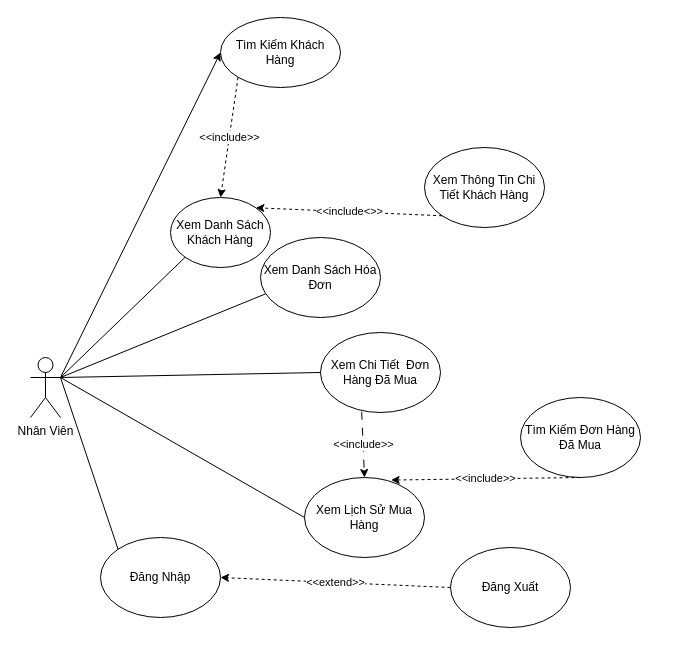
This is UseCase.drawio from maivantai2003/Database, a draw.io file, before an edit. Source tidied: cells renumbered, new cells numbered last; positions are measured from the earlier drawing's top-left corner, leaving out a move shared by most shapes. Both pictures are drawn from the tidied source at 100%, with x=0, y=0 at pixel (30, 17).
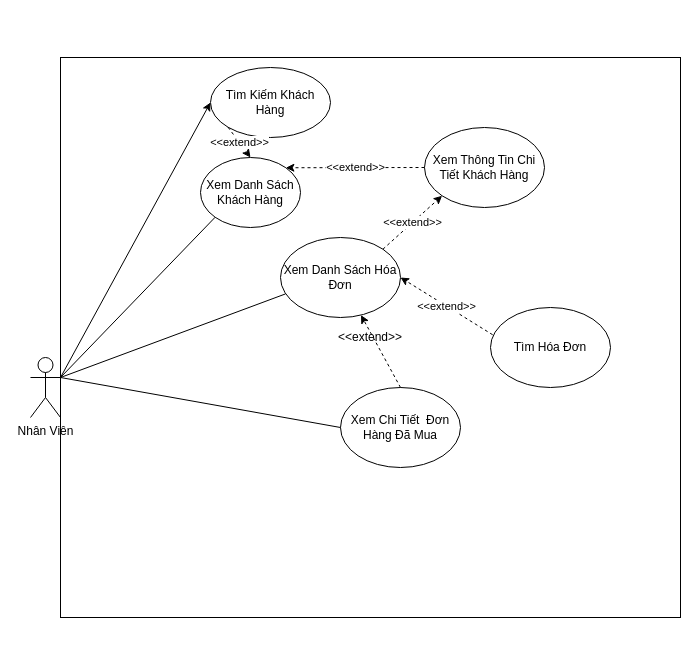
Above is the later version.

Commit message:
Cập nhật UseCase.drawio

The change refers to these unchanged cells:
```xml
<mxCell id="2" value="Nhân Viên" style="shape=umlActor;verticalLabelPosition=bottom;verticalAlign=top;html=1;outlineConnect=0;" parent="1" vertex="1">
  <mxGeometry y="340" width="30" height="60" as="geometry" />
</mxCell>
```

Change to the diagram source:
```diff
@@
+    <mxCell id="23" value="&amp;lt;&amp;lt;extend&amp;gt;&amp;gt;" style="rounded=0;whiteSpace=wrap;html=1;" parent="1" vertex="1">
+      <mxGeometry x="30" y="40" width="620" height="560" as="geometry" />
+    </mxCell>
@@
     <mxCell id="3" value="Xem Danh Sách Khách Hàng" style="ellipse;whiteSpace=wrap;html=1;" parent="1" vertex="1">
-      <mxGeometry x="140" y="180" width="100" height="70" as="geometry" />
+      <mxGeometry x="170" y="140" width="100" height="70" as="geometry" />
     </mxCell>
     <mxCell id="4" value="Tìm Kiếm Khách Hàng" style="ellipse;whiteSpace=wrap;html=1;" parent="1" vertex="1">
-      <mxGeometry x="190" width="120" height="70" as="geometry" />
+      <mxGeometry x="180" y="50" width="120" height="70" as="geometry" />
     </mxCell>
-    <mxCell id="5" value="Đăng Nhập" style="ellipse;whiteSpace=wrap;html=1;" parent="1" vertex="1">
-      <mxGeometry x="70" y="520" width="120" height="80" as="geometry" />
-    </mxCell>
-    <mxCell id="6" style="endArrow=none;html=1;rounded=0;exitX=1;exitY=0.3333333333333333;exitDx=0;exitDy=0;exitPerimeter=0;entryX=0;entryY=0;entryDx=0;entryDy=0;endFill=0;" parent="1" edge="1" source="2" target="5">
-      <mxGeometry relative="1" as="geometry" />
-    </mxCell>
-    <mxCell id="7" value="Đăng Xuất" style="ellipse;whiteSpace=wrap;html=1;" parent="1" vertex="1">
-      <mxGeometry x="420" y="530" width="120" height="80" as="geometry" />
-    </mxCell>
-    <mxCell id="8" value="&amp;lt;&amp;lt;extend&amp;gt;&amp;gt;" style="endArrow=classic;html=1;rounded=0;exitX=0;exitY=0.5;exitDx=0;exitDy=0;entryX=1;entryY=0.5;entryDx=0;entryDy=0;dashed=1;" parent="1" edge="1" source="7" target="5">
-      <mxGeometry relative="1" as="geometry" />
-    </mxCell>
@@
     <mxCell id="10" value="Xem Thông Tin Chi Tiết Khách Hàng" style="ellipse;whiteSpace=wrap;html=1;" parent="1" vertex="1">
-      <mxGeometry x="394" y="130" width="120" height="80" as="geometry" />
+      <mxGeometry x="394" y="110" width="120" height="80" as="geometry" />
     </mxCell>
-    <mxCell id="11" value="Xem Lịch Sử Mua Hàng" style="ellipse;whiteSpace=wrap;html=1;" parent="1" vertex="1">
-      <mxGeometry x="274" y="460" width="120" height="80" as="geometry" />
-    </mxCell>
     <mxCell id="12" value="Xem Chi Tiết&amp;nbsp; Đơn Hàng Đã Mua" style="ellipse;whiteSpace=wrap;html=1;" parent="1" vertex="1">
-      <mxGeometry x="290" y="315" width="120" height="80" as="geometry" />
+      <mxGeometry x="310" y="370" width="120" height="80" as="geometry" />
     </mxCell>
     <mxCell id="13" value="Xem Danh Sách Hóa Đơn" style="ellipse;whiteSpace=wrap;html=1;" parent="1" vertex="1">
-      <mxGeometry x="230" y="220" width="120" height="80" as="geometry" />
+      <mxGeometry x="250" y="220" width="120" height="80" as="geometry" />
     </mxCell>
-    <mxCell id="14" value="&amp;lt;&amp;lt;include&amp;lt;&amp;gt;&amp;gt;" style="endArrow=classic;html=1;rounded=0;exitX=0;exitY=1;exitDx=0;exitDy=0;entryX=1;entryY=0;entryDx=0;entryDy=0;dashed=1;" parent="1" edge="1" source="10" target="3">
+    <mxCell id="14" value="&amp;lt;&amp;lt;extend&amp;gt;&amp;gt;" style="endArrow=classic;html=1;rounded=0;exitX=0;exitY=0.5;exitDx=0;exitDy=0;entryX=1;entryY=0;entryDx=0;entryDy=0;dashed=1;" parent="1" edge="1" source="10" target="3">
       <mxGeometry relative="1" as="geometry" />
     </mxCell>
-    <mxCell id="15" value="&amp;lt;&amp;lt;include&amp;gt;&amp;gt;" style="endArrow=classic;html=1;rounded=0;exitX=0.343;exitY=0.99;exitDx=0;exitDy=0;exitPerimeter=0;entryX=0.5;entryY=0;entryDx=0;entryDy=0;dashed=1;dashPattern=8 8;" parent="1" edge="1" source="12" target="11">
-      <mxGeometry relative="1" as="geometry" />
-    </mxCell>
-    <mxCell id="16" value="&amp;lt;&amp;lt;include&amp;gt;&amp;gt;" style="endArrow=classic;html=1;rounded=0;exitX=0;exitY=1;exitDx=0;exitDy=0;entryX=0.5;entryY=0;entryDx=0;entryDy=0;dashed=1;" parent="1" edge="1" source="4" target="3">
+    <mxCell id="16" value="&amp;lt;&amp;lt;extend&amp;gt;&amp;gt;" style="endArrow=classic;html=1;rounded=0;exitX=0;exitY=1;exitDx=0;exitDy=0;entryX=0.5;entryY=0;entryDx=0;entryDy=0;dashed=1;" parent="1" edge="1" source="4" target="3">
       <mxGeometry relative="1" as="geometry" />
     </mxCell>
-    <mxCell id="17" value="Tìm Kiếm Đơn Hàng Đã Mua" style="ellipse;whiteSpace=wrap;html=1;" parent="1" vertex="1">
-      <mxGeometry x="490" y="380" width="120" height="80" as="geometry" />
-    </mxCell>
-    <mxCell id="18" value="&amp;lt;&amp;lt;include&amp;gt;&amp;gt;" style="endArrow=classic;html=1;rounded=0;exitX=0.5;exitY=1;exitDx=0;exitDy=0;entryX=0.722;entryY=0.032;entryDx=0;entryDy=0;entryPerimeter=0;dashed=1;" parent="1" edge="1" source="17" target="11">
-      <mxGeometry relative="1" as="geometry" />
-    </mxCell>
@@
-    <mxCell id="20" style="endArrow=none;html=1;rounded=0;exitX=1;exitY=0.3333333333333333;exitDx=0;exitDy=0;exitPerimeter=0;entryX=0;entryY=0.5;entryDx=0;entryDy=0;endFill=0;" parent="1" edge="1" source="2" target="11">
-      <mxGeometry relative="1" as="geometry" />
-    </mxCell>
@@
+    <mxCell id="24" value="&amp;lt;&amp;lt;extend&amp;gt;&amp;gt;" style="endArrow=classic;html=1;rounded=0;entryX=0;entryY=1;entryDx=0;entryDy=0;exitX=1;exitY=0;exitDx=0;exitDy=0;dashed=1;" parent="1" edge="1" source="13" target="10">
+      <mxGeometry relative="1" as="geometry" />
+    </mxCell>
+    <mxCell id="25" style="endArrow=classic;html=1;rounded=0;exitX=0.5;exitY=0;exitDx=0;exitDy=0;dashed=1;" parent="1" edge="1" source="12" target="13">
+      <mxGeometry relative="1" as="geometry" />
+    </mxCell>
+    <mxCell id="26" value="Tìm Hóa Đơn" style="ellipse;whiteSpace=wrap;html=1;" parent="1" vertex="1">
+      <mxGeometry x="460" y="290" width="120" height="80" as="geometry" />
+    </mxCell>
+    <mxCell id="27" value="&amp;lt;&amp;lt;extend&amp;gt;&amp;gt;" style="endArrow=classic;html=1;rounded=0;exitX=0.018;exitY=0.341;exitDx=0;exitDy=0;exitPerimeter=0;entryX=1;entryY=0.5;entryDx=0;entryDy=0;dashed=1;" parent="1" edge="1" source="26" target="13">
+      <mxGeometry relative="1" as="geometry" />
+    </mxCell>
```
